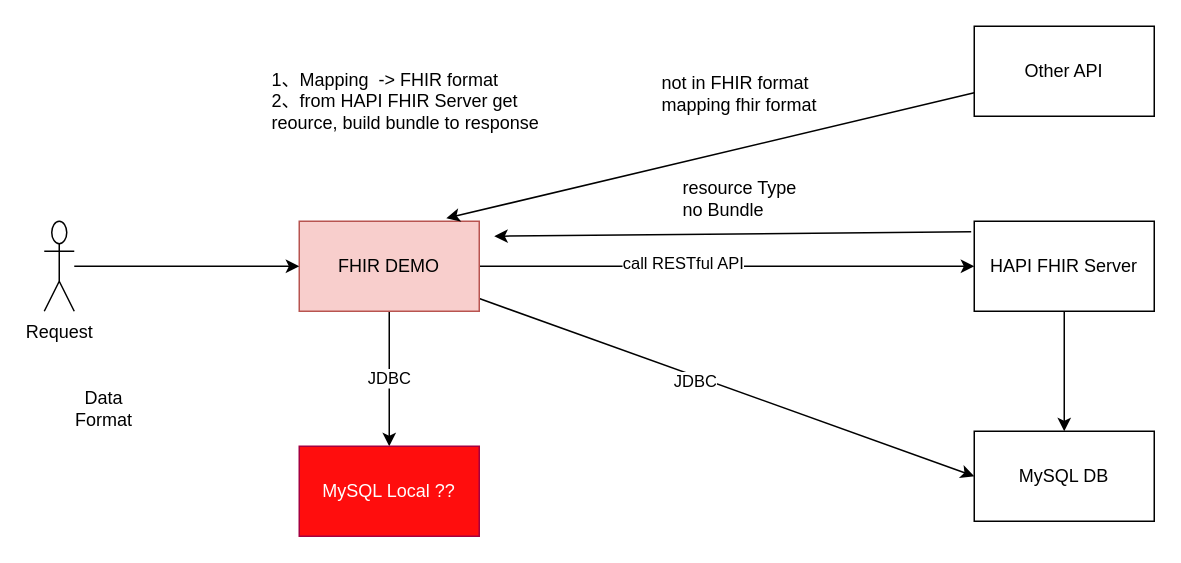
This is backlog/0525-工作要求.drawio from jimluo168/fhir-demo, a draw.io file, before an edit. Source tidied: cells renumbered, new cells numbered last; positions are measured from the earlier drawing's top-left corner, leaving out a move shared by most shapes. Both pictures are drawn from the tidied source at 150%, with x=0, y=0 at pixel (44, 26).
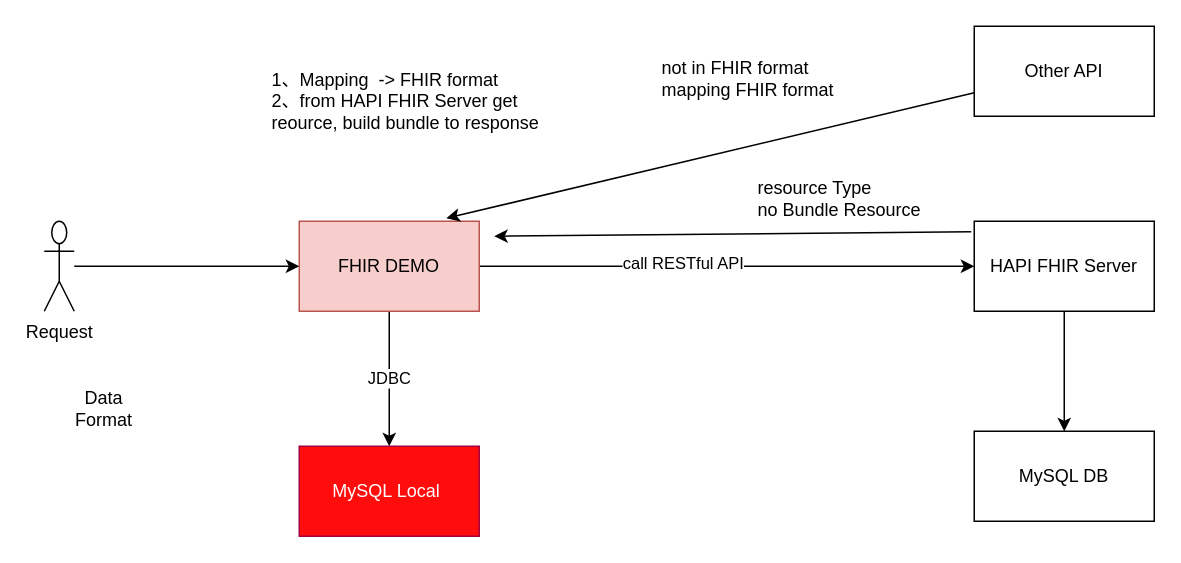
Above is the later version.

The change refers to these unchanged cells:
```xml
<mxCell id="7" value="FHIR DEMO" style="rounded=0;whiteSpace=wrap;html=1;fillColor=#f8cecc;strokeColor=#b85450;" parent="1" vertex="1">
  <mxGeometry x="170" y="130" width="120" height="60" as="geometry" />
</mxCell>
<mxCell id="13" value="MySQL DB" style="whiteSpace=wrap;html=1;rounded=0;" parent="1" vertex="1">
  <mxGeometry x="620" y="270" width="120" height="60" as="geometry" />
</mxCell>
```

The edit, as a diff of the source:
```diff
@@
-    <mxCell id="4" style="rounded=0;jettySize=auto;html=1;entryX=0;entryY=0.5;entryDx=0;entryDy=0;" parent="1" edge="1" source="7" target="13">
-      <mxGeometry relative="1" as="geometry" />
-    </mxCell>
-    <mxCell id="5" value="JDBC" style="edgeLabel;html=1;align=center;verticalAlign=middle;" parent="4" vertex="1">
-      <mxGeometry x="-0.12" y="-3" relative="1" as="geometry" />
-    </mxCell>
@@
-    <mxCell id="14" value="resource Type&lt;br&gt;no Bundle" style="text;html=1;strokeColor=none;fillColor=none;align=left;verticalAlign=middle;whiteSpace=wrap;rounded=0;" parent="1" vertex="1">
-      <mxGeometry x="424" y="100" width="146" height="30" as="geometry" />
+    <mxCell id="14" value="resource Type&lt;br&gt;no Bundle Resource" style="text;html=1;strokeColor=none;fillColor=none;align=left;verticalAlign=middle;whiteSpace=wrap;rounded=0;" parent="1" vertex="1">
+      <mxGeometry x="474" y="100" width="146" height="30" as="geometry" />
     </mxCell>
@@
-    <mxCell id="19" value="not in FHIR format&lt;br&gt;mapping fhir format" style="text;html=1;strokeColor=none;fillColor=none;align=left;verticalAlign=middle;whiteSpace=wrap;rounded=0;" parent="1" vertex="1">
-      <mxGeometry x="410" y="30" width="160" height="30" as="geometry" />
+    <mxCell id="19" value="not in FHIR format&lt;br&gt;mapping FHIR format" style="text;html=1;strokeColor=none;fillColor=none;align=left;verticalAlign=middle;whiteSpace=wrap;rounded=0;" parent="1" vertex="1">
+      <mxGeometry x="410" y="10" width="160" height="50" as="geometry" />
     </mxCell>
-    <mxCell id="20" value="MySQL Local ??" style="whiteSpace=wrap;html=1;rounded=0;fillColor=#FF0D0D;fontColor=#ffffff;strokeColor=#A50040;" parent="1" vertex="1">
+    <mxCell id="20" value="MySQL Local&amp;nbsp;" style="whiteSpace=wrap;html=1;rounded=0;fillColor=#FF0D0D;fontColor=#ffffff;strokeColor=#A50040;" parent="1" vertex="1">
       <mxGeometry x="170" y="280" width="120" height="60" as="geometry" />
     </mxCell>
```
